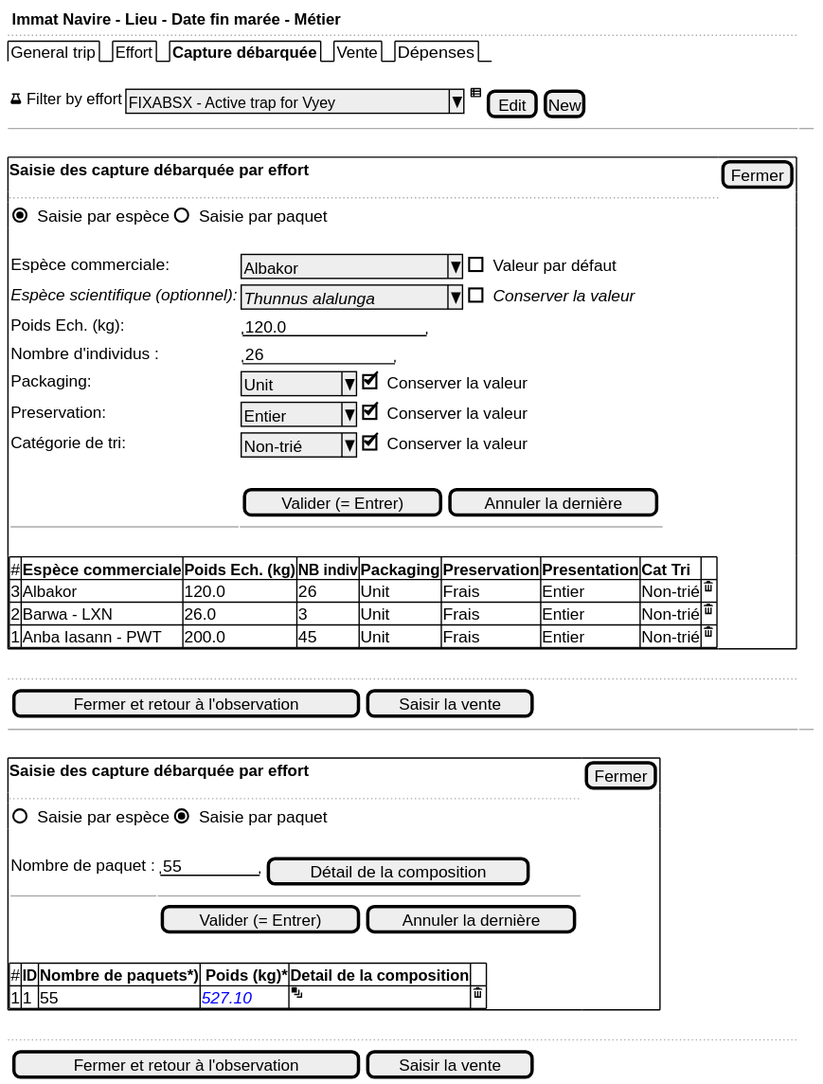
Before: use-case/collect/trip/landing-ui-samples-tablet.svg, a diagram exported from PlantUML (sumaris-net/sumaris-doc). Its source is kept beside it as use-case/collect/trip/landing-ui-samples-tablet.puml.
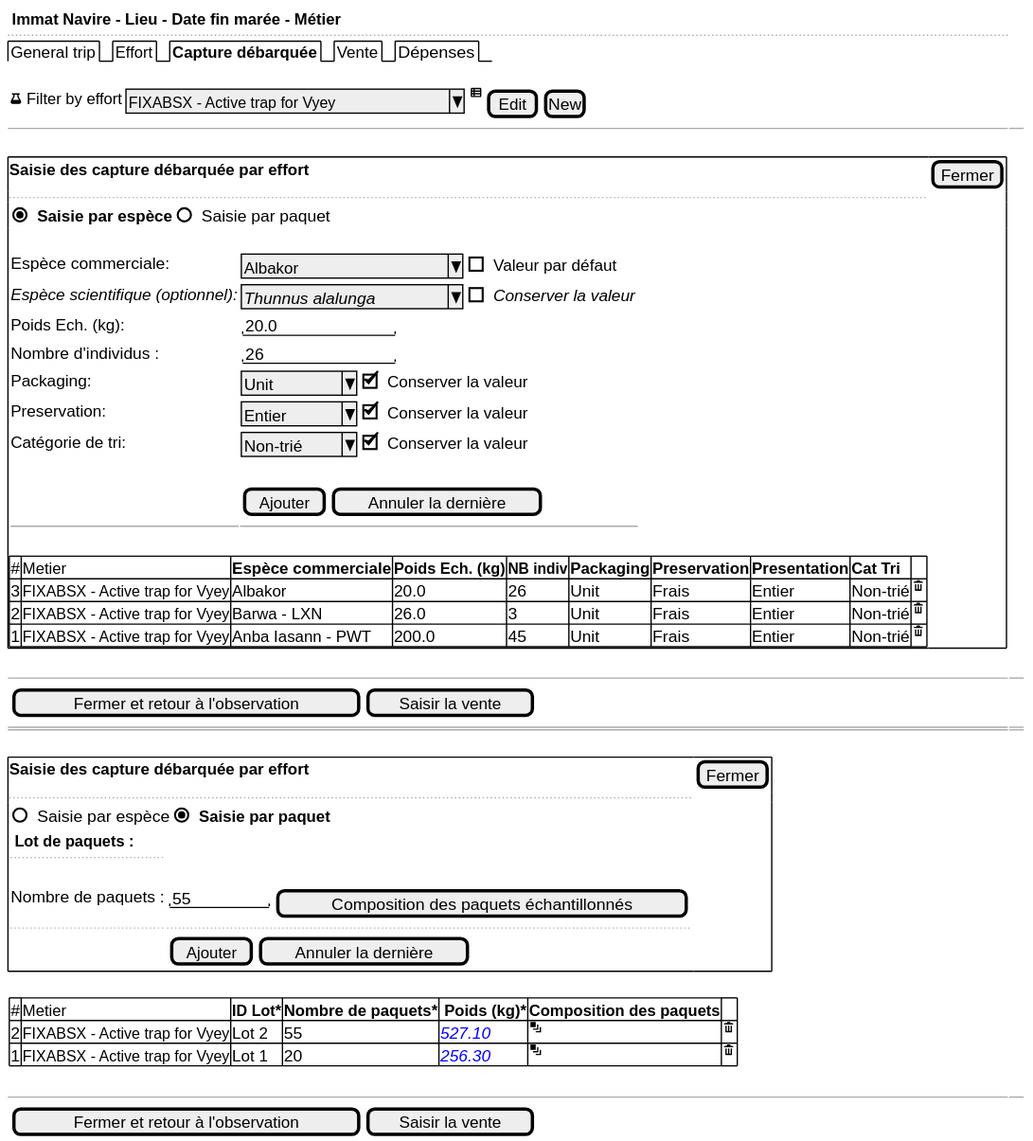
After the change.

What changed in the source:
```diff
@@ -10,52 +10,57 @@
   {+
     <b>Saisie des capture débarquée par effort | [Fermer]
     ..
-    {(X) Saisie par espèce | () Saisie par paquet }
+    {(X) <b>Saisie par espèce | () Saisie par paquet }
     {
         .
         Espèce commerciale:                   | { ^Albakor            ^ | [] Valeur par défaut }
         <i>Espèce scientifique (optionnel):   | { ^<i>Thunnus alalunga^ | [] <i>Conserver la valeur }
-        Poids Ech. (kg):                      | { "          120.0  "  }
-        Nombre d'individus :                  | { "          26  "  }
+        Poids Ech. (kg):                      | { "        20.0  "  }
+        Nombre d'individus :                  | { "         26   "  }
         Packaging:                | { ^Unit     ^ | [X] Conserver la valeur }
         Preservation:             | { ^Entier   ^ | [X] Conserver la valeur }
         Catégorie de tri:         | { ^Non-trié ^ | [X] Conserver la valeur }
         .
-        . |  {[Valider (= Entrer)] | [Annuler la dernière]}
+        . |  {[Ajouter] | [Annuler la dernière]}
         -- | --
         .
     }
     {#
-        # | <b>Espèce commerciale   | <b>Poids Ech. (kg)   | <b>NB indiv | <b>Packaging | <b>Preservation | <b>Presentation | <b>Cat Tri | .
-        3 | Albakor                 | 120.0                | 26          | Unit         | Frais           | Entier          | Non-trié   | <&trash>
-        2 | Barwa - LXN             | 26.0                 | 3           | Unit         | Frais           | Entier          | Non-trié   | <&trash>
-        1 | Anba Iasann - PWT       | 200.0                | 45          | Unit         | Frais           | Entier          | Non-trié   | <&trash>
+        # | Metier                          | <b>Espèce commerciale   | <b>Poids Ech. (kg)   | <b>NB indiv | <b>Packaging | <b>Preservation | <b>Presentation | <b>Cat Tri | .
+        3 | FIXABSX - Active trap for Vyey  | Albakor                 | 20.0                 | 26          | Unit         | Frais           | Entier          | Non-trié   | <&trash>
+        2 | FIXABSX - Active trap for Vyey  | Barwa - LXN             | 26.0                 | 3           | Unit         | Frais           | Entier          | Non-trié   | <&trash>
+        1 | FIXABSX - Active trap for Vyey  | Anba Iasann - PWT       | 200.0                | 45          | Unit         | Frais           | Entier          | Non-trié   | <&trash>
     }
   }
   .
-  ..
+  -- | --
   {{[Fermer et retour à l'observation] | [Saisir la vente]}}
 
-  -- | --
+  == | ==
   .
   {+
     <b>Saisie des capture débarquée par effort | [Fermer]
     ..
-      {() Saisie par espèce | (X) Saisie par paquet }
-      {
+    {() Saisie par espèce | (X) <b>Saisie par paquet }
+    {
+        <b> Lot de paquets :
+        ..
         .
-        Nombre de paquet : | {"   55    "  |  [Détail de la composition] }
-        -- | --
-        . |  {[Valider (= Entrer)] | [Annuler la dernière]}
-        .
-      }
-      {#
-         # | <b>ID | <b>Nombre de paquets*)   | <b> Poids (kg)*         | <b>Detail de la composition | .
-         1 | 1     | 55                       | <color:blue><i>527.10   | <&layers>                   | <&trash>
-      }
+        Nombre de paquets : | {"   55    "  |  [Composition des paquets échantillonnés] }
+        .. |..
+        . |  {[Ajouter] | [Annuler la dernière]}
+    }
   }
   .
-  ..
+  {
+    {#
+         # | Metier                          | <b>ID Lot*  | <b>Nombre de paquets*   | <b> Poids (kg)*         | <b>Composition des paquets | .
+         2 | FIXABSX - Active trap for Vyey  | Lot 2       | 55                      | <color:blue><i>527.10   | <&layers>                   | <&trash>
+         1 | FIXABSX - Active trap for Vyey  | Lot 1       | 20                      | <color:blue><i>256.30   | <&layers>                   | <&trash>
+    }
+  }
+  .
+  -- | --
   {{[Fermer et retour à l'observation] | [Saisir la vente]}}
 }
 @endsalt
```
